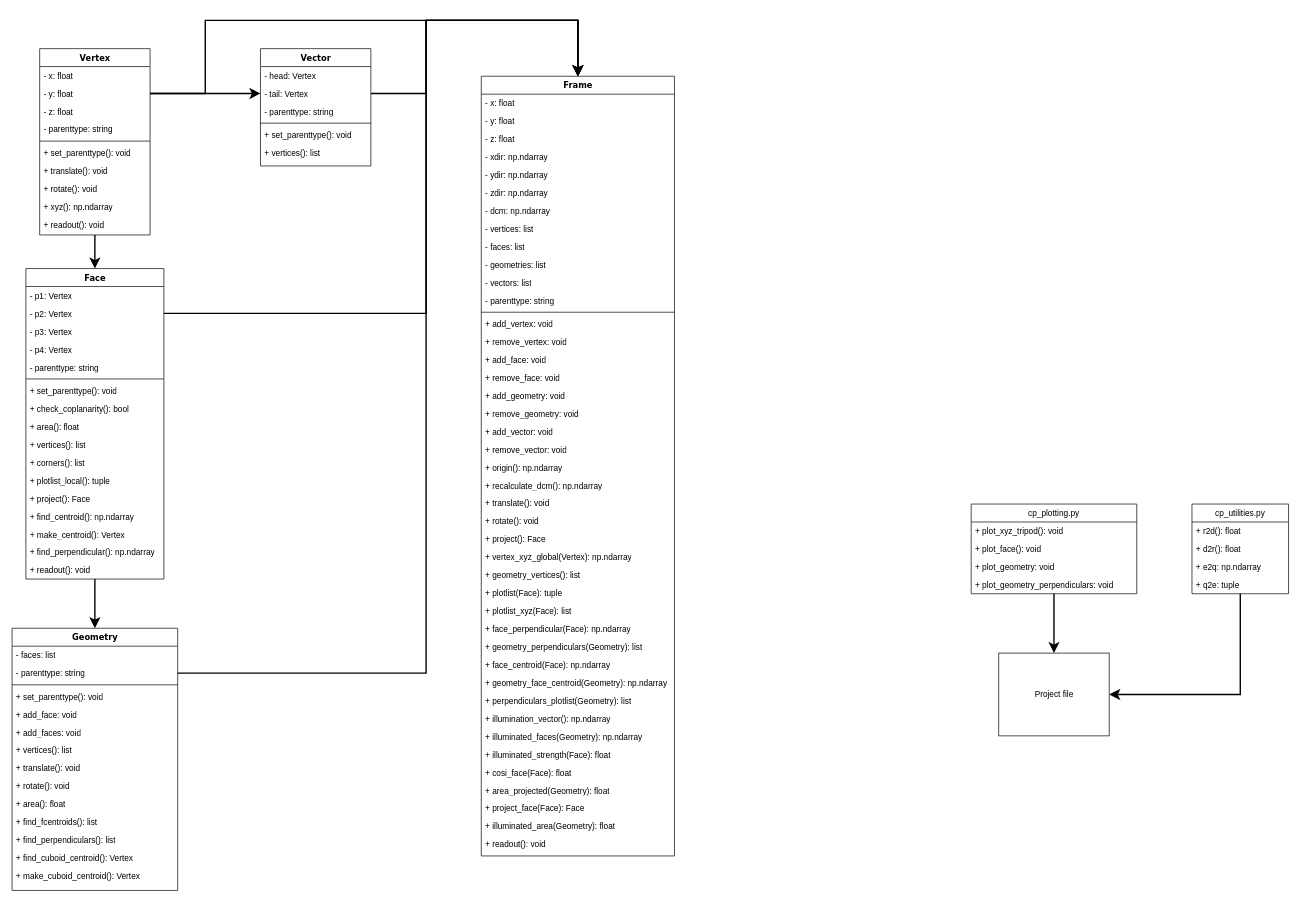
This is page "Layout2" (1 of 6) of layout.drawio from Hans-Bananendans/CubeSat-Solar-Estimator, a draw.io file, before an edit. Source tidied: cells renumbered, new cells numbered last; positions are measured from the earlier drawing's top-left corner, leaving out a move shared by most shapes. Both pictures are drawn from the tidied source at 69%, with x=0, y=0 at pixel (12, 20).
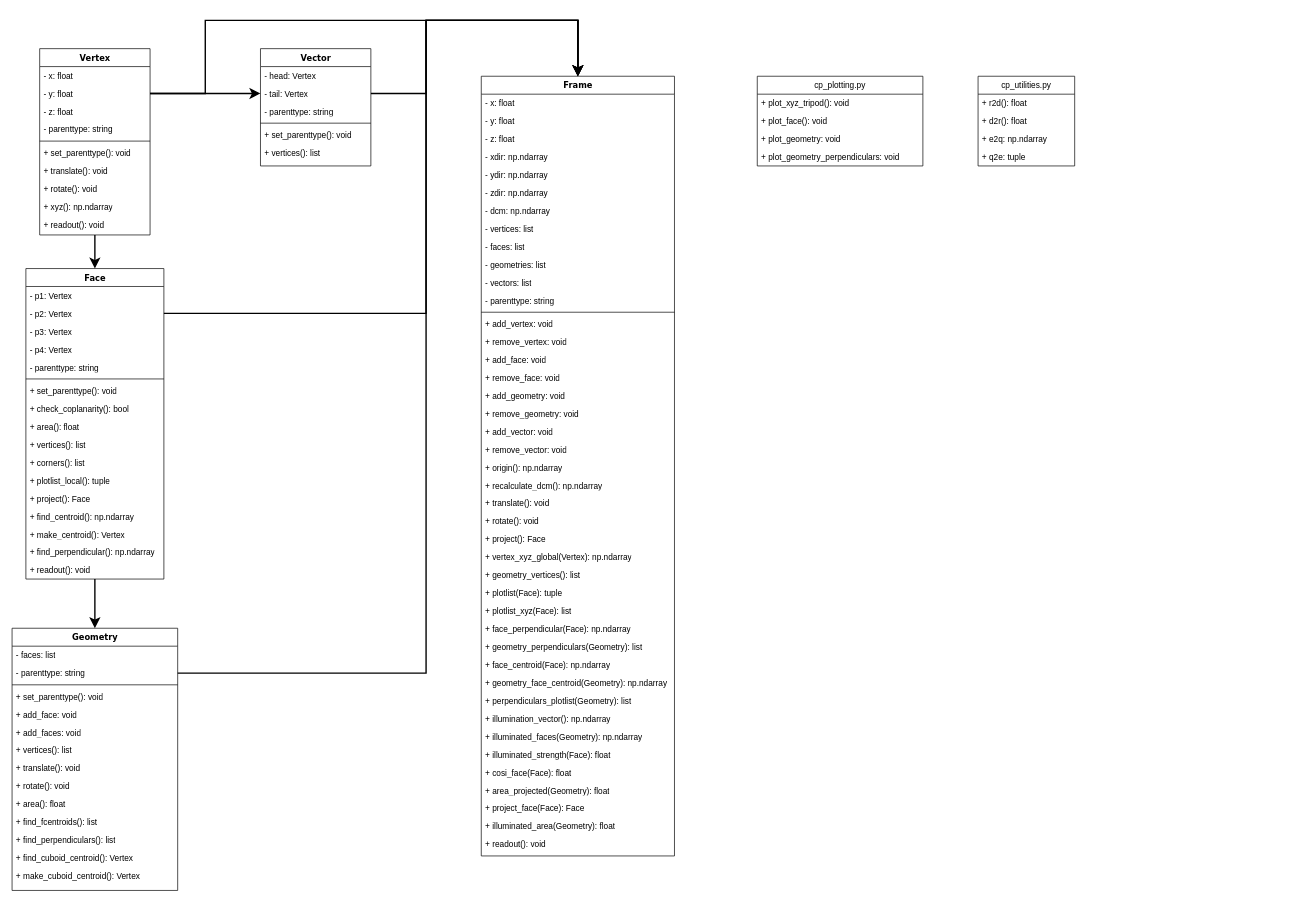
The same diagram, later.

Commit message (it also covers changes not shown here):
Update README.md, layout and demo animation

Diff of the diagram source:
```diff
@@
-    <mxCell id="48" style="edgeStyle=orthogonalEdgeStyle;rounded=0;jettySize=auto;html=1;endArrow=classic;endFill=1;endSize=10;strokeWidth=2;entryX=1;entryY=0.5;entryDx=0;entryDy=0;" parent="1" edge="1" source="49" target="60">
-      <mxGeometry relative="1" as="geometry">
-        <Array as="points">
-          <mxPoint x="1780" y="977" />
-        </Array>
-      </mxGeometry>
-    </mxCell>
     <mxCell id="49" value="cp_utilities.py" style="swimlane;fontStyle=0;horizontal=1;startSize=26;fillColor=none;" parent="1" vertex="1">
-      <mxGeometry x="1710" y="701" width="140" height="130" as="geometry" />
+      <mxGeometry x="1400" y="81" width="140" height="130" as="geometry" />
     </mxCell>
@@
-    <mxCell id="54" style="edgeStyle=orthogonalEdgeStyle;rounded=0;jettySize=auto;html=1;endArrow=classic;endFill=1;endSize=10;strokeWidth=2;" parent="1" edge="1" source="55" target="60">
-      <mxGeometry relative="1" as="geometry" />
-    </mxCell>
     <mxCell id="55" value="cp_plotting.py" style="swimlane;fontStyle=0;horizontal=1;startSize=26;fillColor=none;" parent="1" vertex="1">
-      <mxGeometry x="1390" y="701" width="240" height="130" as="geometry" />
+      <mxGeometry x="1080" y="81" width="240" height="130" as="geometry" />
     </mxCell>
@@
-    <mxCell id="60" value="Project file" style="html=1;" parent="1" vertex="1">
-      <mxGeometry x="1430" y="917" width="160" height="120" as="geometry" />
-    </mxCell>
```
